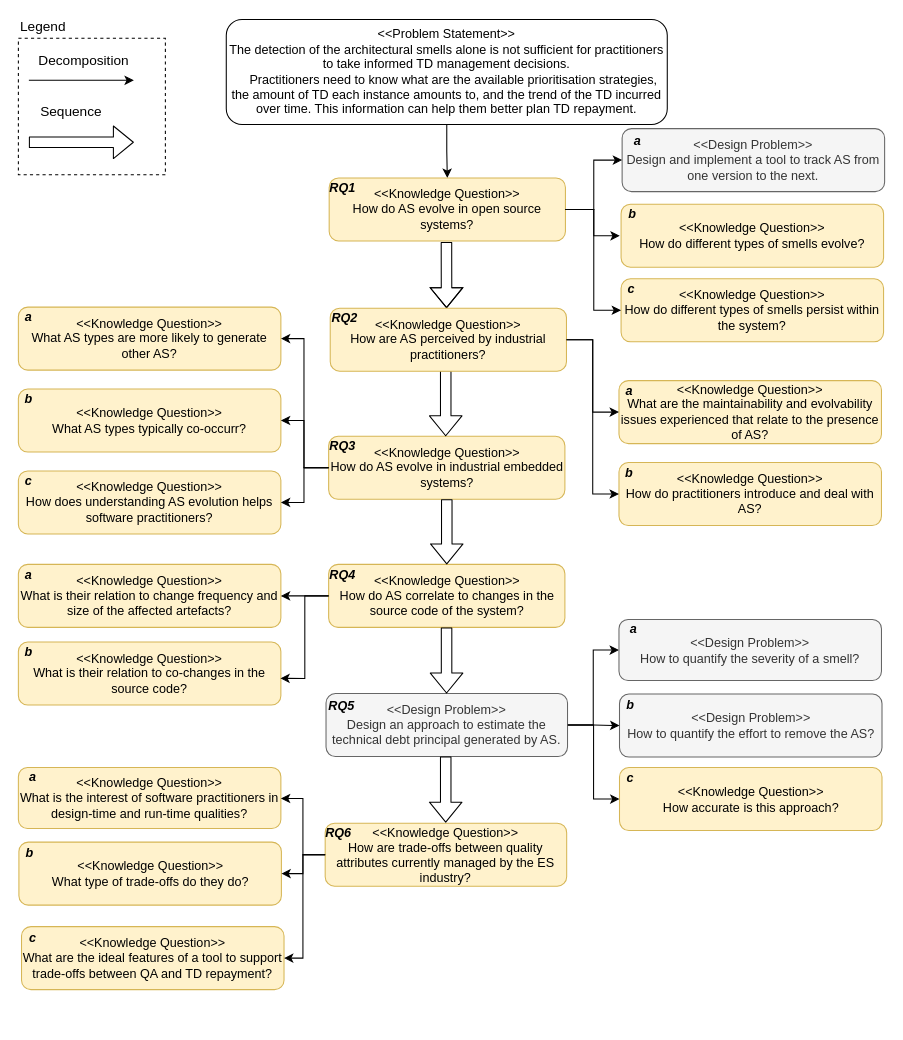
Before: Figures/c1/problem-decomposition.drawio in darius-sas/phd-dissertation, a draw.io diagram. Source tidied: cells renumbered, new cells numbered last; positions are measured from the earlier drawing's top-left corner, leaving out a move shared by most shapes. Both pictures are drawn from the tidied source at 105%, with x=0, y=0 at pixel (18, 19).
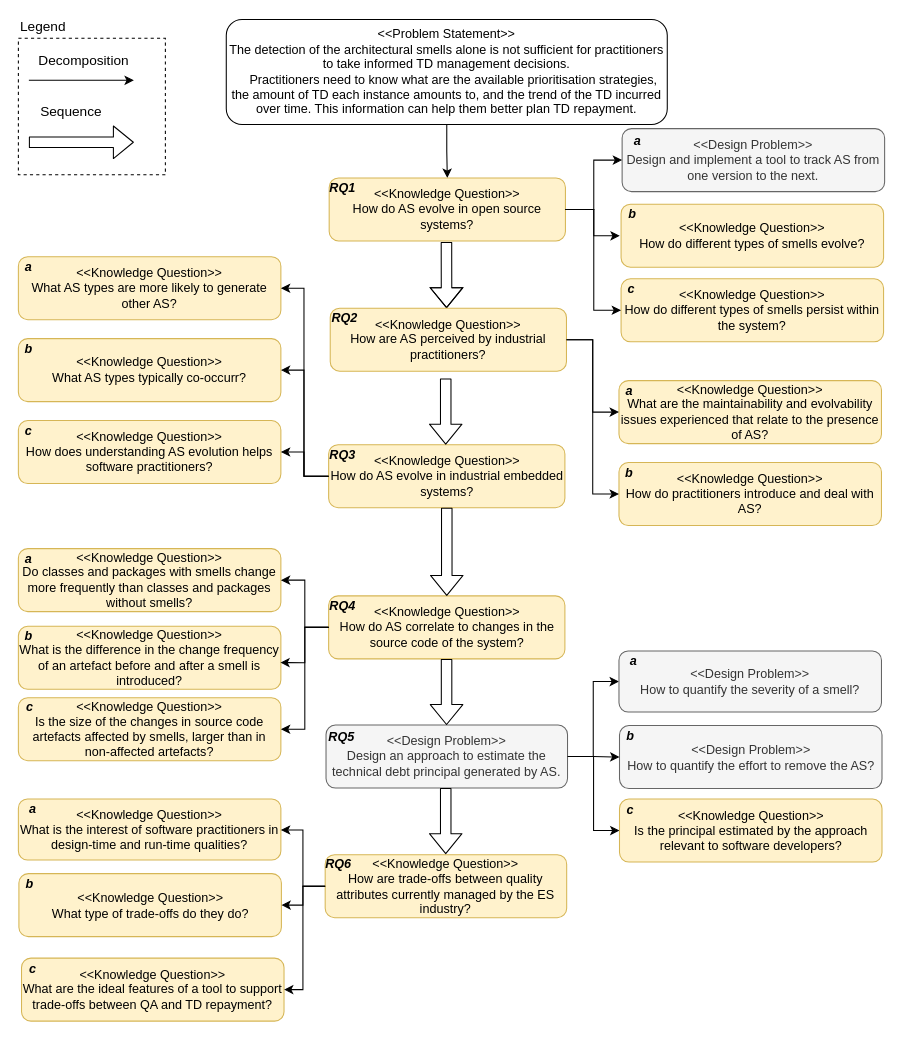
Above is the later version.

Commit message (it also covers changes not shown here):
Finished problem decomposition

Unchanged cells that the change refers to:
```xml
<mxCell id="26" value="&amp;lt;&amp;lt;Knowledge Question&amp;gt;&amp;gt;&lt;br&gt;How do AS evolve in industrial embedded systems?" style="rounded=1;whiteSpace=wrap;html=1;fillColor=#fff2cc;strokeColor=#d6b656;" parent="25" vertex="1">
  <mxGeometry width="225" height="60" as="geometry" />
</mxCell>
<mxCell id="33" value="&amp;lt;&amp;lt;Knowledge Question&amp;gt;&amp;gt;&lt;br&gt;What AS types are more likely to generate other AS?" style="rounded=1;whiteSpace=wrap;html=1;fillColor=#fff2cc;strokeColor=#d6b656;" parent="32" vertex="1">
  <mxGeometry width="250" height="60" as="geometry" />
</mxCell>
<mxCell id="37" value="&amp;lt;&amp;lt;Knowledge Question&amp;gt;&amp;gt;&lt;br&gt;What AS types typically co-occurr?" style="rounded=1;whiteSpace=wrap;html=1;fillColor=#fff2cc;strokeColor=#d6b656;" parent="36" vertex="1">
  <mxGeometry width="250" height="60" as="geometry" />
</mxCell>
<mxCell id="54" value="&amp;lt;&amp;lt;Knowledge Question&amp;gt;&amp;gt;&lt;br&gt;How do AS correlate to changes in the source code of the system?" style="rounded=1;whiteSpace=wrap;html=1;fillColor=#fff2cc;strokeColor=#d6b656;" parent="53" vertex="1">
  <mxGeometry width="225" height="60" as="geometry" />
</mxCell>
<mxCell id="60" value="&lt;div&gt;&amp;lt;&amp;lt;Knowledge Question&amp;gt;&amp;gt;&lt;/div&gt;&lt;div&gt;How are trade-offs between quality attributes currently managed by the ES industry?&lt;/div&gt;" style="rounded=1;whiteSpace=wrap;html=1;fillColor=#fff2cc;strokeColor=#d6b656;" parent="59" vertex="1">
  <mxGeometry width="230" height="60" as="geometry" />
</mxCell>
<mxCell id="73" value="&amp;lt;&amp;lt;Knowledge Question&amp;gt;&amp;gt;&lt;br&gt;What type of trade-offs do they do?" style="rounded=1;whiteSpace=wrap;html=1;fillColor=#fff2cc;strokeColor=#d6b656;fontColor=#000000;" parent="72" vertex="1">
  <mxGeometry width="250" height="60" as="geometry" />
</mxCell>
<mxCell id="78" value="&amp;lt;&amp;lt;Knowledge Question&amp;gt;&amp;gt;&lt;br&gt;&lt;div&gt;&lt;div&gt;&lt;span&gt;What is the interest of software practitioners in design-time and run-time qualities?&lt;/span&gt;&lt;/div&gt;&lt;/div&gt;" style="rounded=1;whiteSpace=wrap;html=1;fillColor=#fff2cc;strokeColor=#d6b656;flipV=1;flipH=1;" parent="77" vertex="1">
  <mxGeometry y="-1.9" width="250" height="58.1" as="geometry" />
</mxCell>
<mxCell id="88" value="&amp;lt;&amp;lt;Knowledge Question&amp;gt;&amp;gt;&lt;br&gt;What are the ideal features of a tool to support trade-offs between QA and TD repayment?" style="rounded=1;whiteSpace=wrap;html=1;fillColor=#fff2cc;strokeColor=#d6b656;fontColor=#000000;" parent="87" vertex="1">
  <mxGeometry width="250" height="60" as="geometry" />
</mxCell>
```

What changed in the source:
```diff
@@
     <mxCell id="20" style="group;" parent="1" vertex="1">
-      <mxGeometry x="292.2" y="642" width="231.5" height="60" as="geometry" />
+      <mxGeometry x="292.2" y="672" width="231.5" height="60" as="geometry" />
     </mxCell>
@@
     <mxCell id="24" style="group;" parent="1" vertex="1">
-      <mxGeometry x="295.5" y="397" width="225" height="60" as="geometry" />
+      <mxGeometry x="295.5" y="405" width="225" height="60" as="geometry" />
     </mxCell>
@@
     <mxCell id="32" style="group;" parent="1" vertex="1">
-      <mxGeometry y="274" width="250" height="60" as="geometry" />
+      <mxGeometry y="226" width="250" height="60" as="geometry" />
     </mxCell>
@@
     <mxCell id="35" style="edgeStyle=orthogonalEdgeStyle;rounded=0;jettySize=auto;html=1;exitX=0;exitY=0.5;exitDx=0;exitDy=0;entryX=1;entryY=0.5;entryDx=0;entryDy=0;" parent="1" edge="1" source="26" target="33">
       <mxGeometry relative="1" as="geometry">
         <Array as="points">
-          <mxPoint x="272" y="427" />
-          <mxPoint x="272" y="304" />
+          <mxPoint x="272" y="435" />
+          <mxPoint x="272" y="256" />
         </Array>
       </mxGeometry>
     </mxCell>
     <mxCell id="36" style="group;" parent="1" vertex="1">
-      <mxGeometry y="352" width="250" height="60" as="geometry" />
+      <mxGeometry y="304" width="250" height="60" as="geometry" />
     </mxCell>
@@
-    <mxCell id="39" style="edgeStyle=orthogonalEdgeStyle;rounded=0;jettySize=auto;html=1;entryX=1;entryY=0.5;entryDx=0;entryDy=0;" parent="1" edge="1" source="26" target="37">
+    <mxCell id="39" style="edgeStyle=orthogonalEdgeStyle;rounded=0;jettySize=auto;html=1;entryX=1;entryY=0.5;entryDx=0;entryDy=0;exitX=0;exitY=0.5;exitDx=0;exitDy=0;" parent="1" edge="1" source="26" target="37">
       <mxGeometry relative="1" as="geometry">
         <Array as="points">
-          <mxPoint x="272" y="427" />
-          <mxPoint x="272" y="382" />
+          <mxPoint x="272" y="435" />
+          <mxPoint x="272" y="334" />
         </Array>
       </mxGeometry>
     </mxCell>
     <mxCell id="40" style="group;" parent="1" vertex="1">
-      <mxGeometry x="572.5" y="712.5" width="250" height="60" as="geometry" />
+      <mxGeometry x="572.5" y="742.5" width="250" height="60" as="geometry" />
     </mxCell>
-    <mxCell id="41" value="&lt;div&gt;&amp;lt;&amp;lt;Knowledge Question&amp;gt;&amp;gt;&lt;/div&gt;&lt;div&gt;How accurate is this approach?&lt;/div&gt;" style="rounded=1;whiteSpace=wrap;html=1;fillColor=#fff2cc;strokeColor=#d6b656;flipV=1;flipH=1;" parent="40" vertex="1">
+    <mxCell id="41" value="&lt;div&gt;&amp;lt;&amp;lt;Knowledge Question&amp;gt;&amp;gt;&lt;/div&gt;&lt;div&gt;Is the principal estimated by the approach relevant to software developers?&lt;/div&gt;" style="rounded=1;whiteSpace=wrap;html=1;fillColor=#fff2cc;strokeColor=#d6b656;flipV=1;flipH=1;" parent="40" vertex="1">
       <mxGeometry width="250" height="60" as="geometry" />
     </mxCell>
@@
     <mxCell id="43" style="group;" parent="1" vertex="1">
-      <mxGeometry x="572.5" y="642.5" width="250" height="60" as="geometry" />
+      <mxGeometry x="572.5" y="672.5" width="250" height="60" as="geometry" />
     </mxCell>
@@
     <mxCell id="46" style="group;" parent="1" vertex="1">
-      <mxGeometry x="572.5" y="571.5" width="250" height="60" as="geometry" />
+      <mxGeometry x="572.5" y="601.5" width="250" height="60" as="geometry" />
     </mxCell>
@@
     <mxCell id="52" style="group;" parent="1" vertex="1">
-      <mxGeometry x="295.5" y="519" width="225" height="60" as="geometry" />
+      <mxGeometry x="295.5" y="549" width="225" height="60" as="geometry" />
     </mxCell>
@@
     <mxCell id="57" style="shape=flexArrow;endArrow=classic;html=1;fillColor=#ffffff;fontFamily=Helvetica;fontSize=11;fontColor=#000000;align=center;strokeColor=#000000;edgeStyle=orthogonalEdgeStyle;entryX=0.5;entryY=0;entryDx=0;entryDy=0;exitX=0.5;exitY=1;exitDx=0;exitDy=0;" parent="1" edge="1">
       <mxGeometry relative="1" as="geometry">
-        <mxPoint x="407.8" y="579" as="sourcePoint" />
-        <mxPoint x="407.8" y="642" as="targetPoint" />
+        <mxPoint x="407.8" y="609" as="sourcePoint" />
+        <mxPoint x="407.8" y="672" as="targetPoint" />
       </mxGeometry>
     </mxCell>
     <mxCell id="58" style="group;flipV=0;" parent="1" vertex="1">
-      <mxGeometry x="292.2" y="765.5" width="230" height="60" as="geometry" />
+      <mxGeometry x="292.2" y="795.5" width="230" height="60" as="geometry" />
     </mxCell>
@@
     <mxCell id="62" style="shape=flexArrow;endArrow=classic;html=1;fillColor=#ffffff;fontFamily=Helvetica;fontSize=11;fontColor=#000000;align=center;strokeColor=#000000;edgeStyle=orthogonalEdgeStyle;exitX=0.5;exitY=1;exitDx=0;exitDy=0;" parent="1" edge="1">
       <mxGeometry relative="1" as="geometry">
-        <mxPoint x="407" y="334" as="sourcePoint" />
-        <mxPoint x="407" y="397" as="targetPoint" />
+        <mxPoint x="407" y="342" as="sourcePoint" />
+        <mxPoint x="407" y="405" as="targetPoint" />
       </mxGeometry>
     </mxCell>
@@
-    <mxCell id="66" value="&amp;lt;&amp;lt;Knowledge Question&amp;gt;&amp;gt;&lt;br&gt;What is their relation to change frequency and size of the affected artefacts?" style="rounded=1;whiteSpace=wrap;html=1;fillColor=#fff2cc;strokeColor=#d6b656;" parent="1" vertex="1">
-      <mxGeometry y="519" width="250" height="60" as="geometry" />
+    <mxCell id="66" value="&amp;lt;&amp;lt;Knowledge Question&amp;gt;&amp;gt;&lt;br&gt;Do classes and packages with smells change more frequently than classes and packages without smells?" style="rounded=1;whiteSpace=wrap;html=1;fillColor=#fff2cc;strokeColor=#d6b656;" parent="1" vertex="1">
+      <mxGeometry y="504" width="250" height="60" as="geometry" />
     </mxCell>
@@
     <mxCell id="68" value="a" style="text;html=1;strokeColor=none;fillColor=none;align=center;verticalAlign=middle;whiteSpace=wrap;rounded=0;fontStyle=3;" parent="1" vertex="1">
-      <mxGeometry y="519" width="20" height="20" as="geometry" />
+      <mxGeometry y="504" width="20" height="20" as="geometry" />
     </mxCell>
-    <mxCell id="69" value="&amp;lt;&amp;lt;Knowledge Question&amp;gt;&amp;gt;&lt;br&gt;What is their relation to co-changes in the source code?" style="rounded=1;whiteSpace=wrap;html=1;fillColor=#fff2cc;strokeColor=#d6b656;" parent="1" vertex="1">
-      <mxGeometry y="593" width="250" height="60" as="geometry" />
+    <mxCell id="69" value="&amp;lt;&amp;lt;Knowledge Question&amp;gt;&amp;gt;&lt;br&gt;What is the difference in the change frequency of an artefact before and after a smell is introduced?" style="rounded=1;whiteSpace=wrap;html=1;fillColor=#fff2cc;strokeColor=#d6b656;" parent="1" vertex="1">
+      <mxGeometry y="578" width="250" height="60" as="geometry" />
     </mxCell>
@@
     <mxCell id="71" value="b" style="text;html=1;strokeColor=none;fillColor=none;align=center;verticalAlign=middle;whiteSpace=wrap;rounded=0;fontStyle=3;" parent="1" vertex="1">
-      <mxGeometry y="593" width="20" height="20" as="geometry" />
+      <mxGeometry y="578" width="20" height="20" as="geometry" />
     </mxCell>
     <mxCell id="72" style="group;" parent="1" vertex="1">
-      <mxGeometry x="0.5" y="783.5" width="250" height="60" as="geometry" />
+      <mxGeometry x="0.5" y="813.5" width="250" height="60" as="geometry" />
     </mxCell>
@@
     <mxCell id="75" style="group;" parent="1" vertex="1">
-      <mxGeometry x="0.5" y="712.5" width="250" height="60" as="geometry" />
+      <mxGeometry x="0.5" y="742.5" width="250" height="60" as="geometry" />
     </mxCell>
@@
     <mxCell id="80" style="edgeStyle=orthogonalEdgeStyle;rounded=0;jettySize=auto;html=1;exitX=0;exitY=0.5;exitDx=0;exitDy=0;" parent="1" edge="1" source="60" target="78">
       <mxGeometry relative="1" as="geometry">
         <Array as="points">
-          <mxPoint x="271" y="795" />
-          <mxPoint x="271" y="742" />
+          <mxPoint x="271" y="825" />
+          <mxPoint x="271" y="772" />
         </Array>
       </mxGeometry>
     </mxCell>
     <mxCell id="81" style="edgeStyle=orthogonalEdgeStyle;rounded=0;jettySize=auto;html=1;entryX=1;entryY=0.5;entryDx=0;entryDy=0;exitX=0;exitY=0.5;exitDx=0;exitDy=0;" parent="1" edge="1" source="60" target="73">
       <mxGeometry relative="1" as="geometry">
         <Array as="points">
-          <mxPoint x="271" y="796" />
-          <mxPoint x="271" y="814" />
+          <mxPoint x="271" y="826" />
+          <mxPoint x="271" y="844" />
         </Array>
       </mxGeometry>
     </mxCell>
     <mxCell id="82" style="group;" parent="1" vertex="1">
-      <mxGeometry y="430" width="250" height="60" as="geometry" />
+      <mxGeometry y="374" width="250" height="60" as="geometry" />
     </mxCell>
     <mxCell id="83" value="&amp;lt;&amp;lt;Knowledge Question&amp;gt;&amp;gt;&lt;br&gt;How does understanding AS evolution helps software practitioners?" style="rounded=1;whiteSpace=wrap;html=1;fillColor=#fff2cc;strokeColor=#d6b656;" parent="82" vertex="1">
-      <mxGeometry width="250" height="60" as="geometry" />
+      <mxGeometry y="8" width="250" height="60" as="geometry" />
     </mxCell>
     <mxCell id="84" value="c" style="text;html=1;strokeColor=none;fillColor=none;align=center;verticalAlign=middle;whiteSpace=wrap;rounded=0;fontStyle=3;" parent="82" vertex="1">
-      <mxGeometry width="20" height="20" as="geometry" />
+      <mxGeometry y="8" width="20" height="20" as="geometry" />
     </mxCell>
-    <mxCell id="85" style="edgeStyle=orthogonalEdgeStyle;rounded=0;jettySize=auto;html=1;entryX=1;entryY=0.5;entryDx=0;entryDy=0;" parent="1" edge="1" source="26" target="83">
+    <mxCell id="85" style="edgeStyle=orthogonalEdgeStyle;rounded=0;jettySize=auto;html=1;entryX=1;entryY=0.5;entryDx=0;entryDy=0;exitX=0;exitY=0.5;exitDx=0;exitDy=0;" parent="1" edge="1" source="26" target="83">
       <mxGeometry relative="1" as="geometry">
         <Array as="points">
-          <mxPoint x="272" y="427" />
-          <mxPoint x="272" y="460" />
+          <mxPoint x="272" y="435" />
+          <mxPoint x="272" y="412" />
         </Array>
       </mxGeometry>
     </mxCell>
@@
     <mxCell id="87" style="group;" parent="1" vertex="1">
-      <mxGeometry x="3" y="864" width="250" height="60" as="geometry" />
+      <mxGeometry x="3" y="894" width="250" height="60" as="geometry" />
     </mxCell>
@@
     <mxCell id="90" style="edgeStyle=orthogonalEdgeStyle;rounded=0;jettySize=auto;html=1;entryX=1;entryY=0.5;entryDx=0;entryDy=0;" parent="1" edge="1" source="60" target="88">
       <mxGeometry relative="1" as="geometry">
         <Array as="points">
-          <mxPoint x="271" y="795" />
-          <mxPoint x="271" y="894" />
+          <mxPoint x="271" y="825" />
+          <mxPoint x="271" y="924" />
         </Array>
       </mxGeometry>
     </mxCell>
@@
     <mxCell id="94" style="shape=flexArrow;endArrow=classic;html=1;fillColor=#ffffff;fontFamily=Helvetica;fontSize=11;fontColor=#000000;align=center;strokeColor=#000000;edgeStyle=orthogonalEdgeStyle;entryX=0.5;entryY=0;entryDx=0;entryDy=0;exitX=0.5;exitY=1;exitDx=0;exitDy=0;" parent="1" edge="1">
       <mxGeometry relative="1" as="geometry">
-        <mxPoint x="407" y="702" as="sourcePoint" />
-        <mxPoint x="407" y="765" as="targetPoint" />
+        <mxPoint x="407" y="732" as="sourcePoint" />
+        <mxPoint x="407" y="795" as="targetPoint" />
       </mxGeometry>
     </mxCell>
@@
+    <mxCell id="103" value="&amp;lt;&amp;lt;Knowledge Question&amp;gt;&amp;gt;&lt;br&gt;Is the size of the changes in source code artefacts affected by smells, larger than in non-affected artefacts?" style="rounded=1;whiteSpace=wrap;html=1;fillColor=#fff2cc;strokeColor=#d6b656;" parent="1" vertex="1">
+      <mxGeometry y="646" width="250" height="60" as="geometry" />
+    </mxCell>
+    <mxCell id="104" value="c" style="text;html=1;strokeColor=none;fillColor=none;align=center;verticalAlign=middle;whiteSpace=wrap;rounded=0;fontStyle=3;" parent="1" vertex="1">
+      <mxGeometry x="1" y="645" width="20" height="20" as="geometry" />
+    </mxCell>
+    <mxCell id="105" style="edgeStyle=orthogonalEdgeStyle;rounded=0;jettySize=auto;html=1;entryX=1;entryY=0.5;entryDx=0;entryDy=0;" parent="1" edge="1" source="54" target="103">
+      <mxGeometry relative="1" as="geometry" />
+    </mxCell>
```
